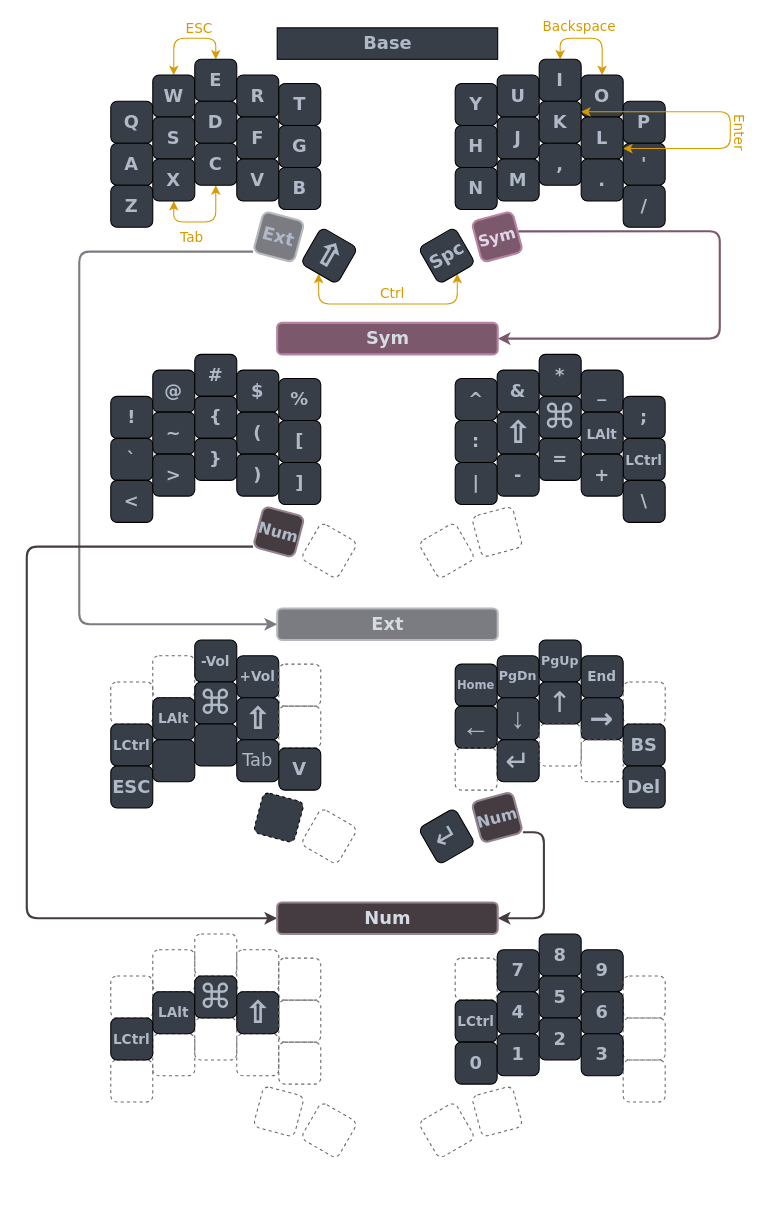
Before: assets/layout.drawio in nirosys/sweep-kmk, a draw.io diagram. Source tidied: cells renumbered, new cells numbered last; positions are measured from the earlier drawing's top-left corner, leaving out a move shared by most shapes. Both pictures are drawn from the tidied source at 105%, with x=0, y=0 at pixel (26, 27).
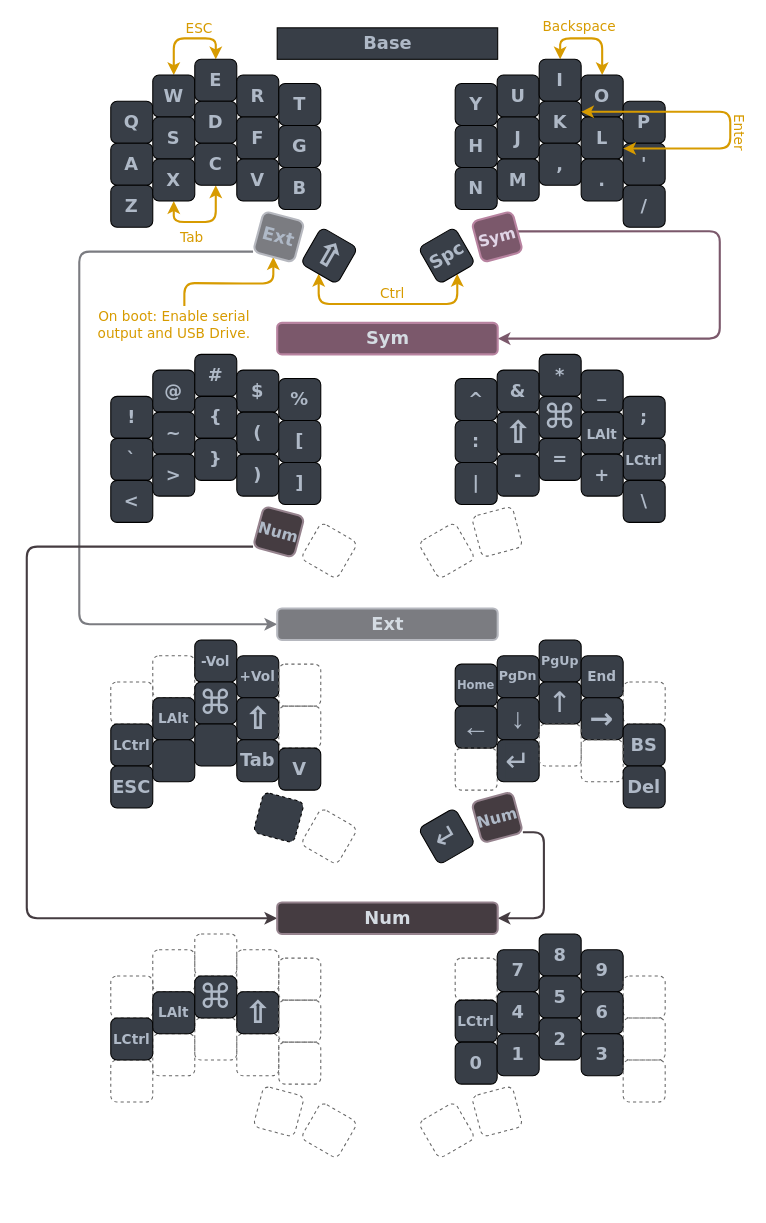
After the change.

Commit message (it also covers changes not shown here):
Update layout to include debug onboot key; minor other changes

Unchanged cells that the change refers to:
```xml
<mxCell id="5" value="W" style="whiteSpace=wrap;html=1;fontSize=17;fontFamily=Verdana;fontStyle=1;fontColor=#AFB9C7;fillColor=#383E47;rounded=1;" parent="1" vertex="1">
  <mxGeometry x="120" y="45" width="40" height="40" as="geometry" />
</mxCell>
<mxCell id="6" value="E" style="whiteSpace=wrap;html=1;fontSize=17;fontFamily=Verdana;fontStyle=1;fontColor=#AFB9C7;fillColor=#383E47;rounded=1;" parent="1" vertex="1">
  <mxGeometry x="160" y="30" width="40" height="40" as="geometry" />
</mxCell>
<mxCell id="17" value="X" style="whiteSpace=wrap;html=1;fontSize=17;fontFamily=Verdana;fontStyle=1;fontColor=#AFB9C7;fillColor=#383E47;rounded=1;" parent="1" vertex="1">
  <mxGeometry x="120" y="125" width="40" height="40" as="geometry" />
</mxCell>
<mxCell id="18" value="C" style="whiteSpace=wrap;html=1;fontSize=17;fontFamily=Verdana;fontStyle=1;fontColor=#AFB9C7;fillColor=#383E47;rounded=1;" parent="1" vertex="1">
  <mxGeometry x="160" y="110" width="40" height="40" as="geometry" />
</mxCell>
<mxCell id="22" value="Ext" style="whiteSpace=wrap;html=1;rotation=15;fontSize=17;fontFamily=Verdana;fontStyle=1;fillColor=#7B7C81;strokeColor=#B6B8BF;rounded=1;strokeWidth=2;fontColor=#AFB9C7;" parent="1" vertex="1">
  <mxGeometry x="220" y="179" width="40" height="40" as="geometry" />
</mxCell>
<mxCell id="25" value="&lt;span style=&quot;font-family: &amp;quot;segoe ui emoji&amp;quot;, &amp;quot;apple color emoji&amp;quot;, &amp;quot;noto color emoji&amp;quot;; font-size: 30px;&quot;&gt;&lt;font style=&quot;font-size: 30px;&quot;&gt;⇧&lt;/font&gt;&lt;/span&gt;" style="whiteSpace=wrap;html=1;rotation=30;fontSize=30;fontFamily=Verdana;fontStyle=1;fontColor=#AFB9C7;fillColor=#383E47;rounded=1;" parent="1" vertex="1">
  <mxGeometry x="268" y="197" width="40" height="40" as="geometry" />
</mxCell>
<mxCell id="30" value="I" style="whiteSpace=wrap;html=1;fontSize=17;fontFamily=Verdana;fontStyle=1;fontColor=#AFB9C7;fillColor=#383E47;rounded=1;" parent="1" vertex="1">
  <mxGeometry x="488" y="30" width="40" height="40" as="geometry" />
</mxCell>
<mxCell id="31" value="O" style="whiteSpace=wrap;html=1;fontSize=17;fontFamily=Verdana;fontStyle=1;fontColor=#AFB9C7;fillColor=#383E47;rounded=1;" parent="1" vertex="1">
  <mxGeometry x="528" y="45" width="40" height="40" as="geometry" />
</mxCell>
<mxCell id="35" value="K" style="whiteSpace=wrap;html=1;fontSize=17;fontFamily=Verdana;fontStyle=1;fontColor=#AFB9C7;fillColor=#383E47;rounded=1;" parent="1" vertex="1">
  <mxGeometry x="488" y="70" width="40" height="40" as="geometry" />
</mxCell>
<mxCell id="36" value="L" style="whiteSpace=wrap;html=1;fontSize=17;fontFamily=Verdana;fontStyle=1;fontColor=#AFB9C7;fillColor=#383E47;rounded=1;" parent="1" vertex="1">
  <mxGeometry x="528" y="85" width="40" height="40" as="geometry" />
</mxCell>
<mxCell id="43" value="Spc" style="whiteSpace=wrap;html=1;rotation=-30;fontSize=17;fontFamily=Verdana;fontStyle=1;fontColor=#AFB9C7;fillColor=#383E47;rounded=1;" parent="1" vertex="1">
  <mxGeometry x="380" y="197" width="40" height="40" as="geometry" />
</mxCell>
```

What changed in the source:
```diff
@@
-    <mxCell id="3" style="edgeStyle=orthogonalEdgeStyle;rounded=1;jettySize=auto;html=1;exitX=0.5;exitY=0;exitDx=0;exitDy=0;entryX=0.5;entryY=0;entryDx=0;entryDy=0;fontFamily=Verdana;fontSize=13;fontColor=#302316;startArrow=classic;startFill=1;strokeColor=#d79b00;fillColor=#ffe6cc;" parent="1" edge="1" source="5" target="6">
+    <mxCell id="3" style="edgeStyle=orthogonalEdgeStyle;rounded=1;jettySize=auto;html=1;exitX=0.5;exitY=0;exitDx=0;exitDy=0;entryX=0.5;entryY=0;entryDx=0;entryDy=0;fontFamily=Verdana;fontSize=13;fontColor=#302316;startArrow=classic;startFill=1;strokeColor=#d79b00;fillColor=#ffe6cc;strokeWidth=2;" parent="1" edge="1" source="5" target="6">
       <mxGeometry relative="1" as="geometry" />
     </mxCell>
@@
-    <mxCell id="15" style="edgeStyle=orthogonalEdgeStyle;rounded=1;sketch=0;jettySize=auto;html=1;exitX=0.5;exitY=1;exitDx=0;exitDy=0;entryX=0.5;entryY=1;entryDx=0;entryDy=0;fontFamily=Verdana;fontSize=13;fontColor=#302316;startArrow=classic;startFill=1;strokeColor=#d79b00;fillColor=#ffe6cc;" parent="1" edge="1" source="17" target="18">
+    <mxCell id="15" style="edgeStyle=orthogonalEdgeStyle;rounded=1;sketch=0;jettySize=auto;html=1;exitX=0.5;exitY=1;exitDx=0;exitDy=0;entryX=0.5;entryY=1;entryDx=0;entryDy=0;fontFamily=Verdana;fontSize=13;fontColor=#302316;startArrow=classic;startFill=1;strokeColor=#d79b00;fillColor=#ffe6cc;strokeWidth=2;" parent="1" edge="1" source="17" target="18">
       <mxGeometry relative="1" as="geometry" />
     </mxCell>
@@
+    <mxCell id="157" style="edgeStyle=orthogonalEdgeStyle;sketch=0;jettySize=auto;html=1;exitX=0.5;exitY=1;exitDx=0;exitDy=0;entryX=0.563;entryY=0.05;entryDx=0;entryDy=0;entryPerimeter=0;fontFamily=Verdana;fontSize=13;fontColor=#D79B00;startArrow=classic;startFill=1;strokeColor=#D79B00;strokeWidth=2;rounded=1;endArrow=none;endFill=0;" parent="1" edge="1" source="22" target="158">
+      <mxGeometry relative="1" as="geometry" />
+    </mxCell>
@@
-    <mxCell id="23" style="edgeStyle=orthogonalEdgeStyle;rounded=1;sketch=0;jettySize=auto;html=1;exitX=0.5;exitY=1;exitDx=0;exitDy=0;entryX=0.5;entryY=1;entryDx=0;entryDy=0;fontFamily=Verdana;fontSize=13;fontColor=#302316;startArrow=classic;startFill=1;strokeColor=#d79b00;fillColor=#ffe6cc;" parent="1" edge="1" source="25" target="43">
+    <mxCell id="23" style="edgeStyle=orthogonalEdgeStyle;rounded=1;sketch=0;jettySize=auto;html=1;exitX=0.5;exitY=1;exitDx=0;exitDy=0;entryX=0.5;entryY=1;entryDx=0;entryDy=0;fontFamily=Verdana;fontSize=13;fontColor=#302316;startArrow=classic;startFill=1;strokeColor=#d79b00;fillColor=#ffe6cc;strokeWidth=2;" parent="1" edge="1" source="25" target="43">
       <mxGeometry relative="1" as="geometry">
         <Array as="points">
           <mxPoint x="278" y="263" />
           <mxPoint x="410" y="263" />
         </Array>
       </mxGeometry>
     </mxCell>
@@
-    <mxCell id="28" style="edgeStyle=orthogonalEdgeStyle;rounded=1;jettySize=auto;html=1;exitX=0.5;exitY=0;exitDx=0;exitDy=0;entryX=0.5;entryY=0;entryDx=0;entryDy=0;fontFamily=Verdana;fontSize=13;fontColor=#302316;startArrow=classic;startFill=1;strokeColor=#d79b00;fillColor=#ffe6cc;" parent="1" edge="1" source="30" target="31">
+    <mxCell id="28" style="edgeStyle=orthogonalEdgeStyle;rounded=1;jettySize=auto;html=1;exitX=0.5;exitY=0;exitDx=0;exitDy=0;entryX=0.5;entryY=0;entryDx=0;entryDy=0;fontFamily=Verdana;fontSize=13;fontColor=#302316;startArrow=classic;startFill=1;strokeColor=#d79b00;fillColor=#ffe6cc;strokeWidth=2;" parent="1" edge="1" source="30" target="31">
       <mxGeometry relative="1" as="geometry" />
     </mxCell>
@@
-    <mxCell id="96" value="&lt;span style=&quot;font-size: 17px; font-weight: 400;&quot;&gt;Tab&lt;/span&gt;" style="whiteSpace=wrap;html=1;fontSize=17;fontFamily=Verdana;fontStyle=1;fontColor=#AFB9C7;fillColor=#383E47;rounded=1;" parent="1" vertex="1">
+    <mxCell id="96" value="&lt;span style=&quot;font-size: 17px;&quot;&gt;Tab&lt;/span&gt;" style="whiteSpace=wrap;html=1;fontSize=17;fontFamily=Verdana;fontStyle=1;fontColor=#AFB9C7;fillColor=#383E47;rounded=1;" parent="1" vertex="1">
       <mxGeometry x="200" y="678" width="40" height="40" as="geometry" />
     </mxCell>
@@
-    <mxCell id="155" style="edgeStyle=orthogonalEdgeStyle;rounded=1;jettySize=auto;html=1;exitX=1;exitY=0.25;exitDx=0;exitDy=0;entryX=1;entryY=0.75;entryDx=0;entryDy=0;fontFamily=Verdana;fontSize=13;fontColor=#302316;startArrow=classic;startFill=1;strokeColor=#d79b00;sketch=0;fillColor=#ffe6cc;" parent="1" edge="1" source="35" target="36">
+    <mxCell id="155" style="edgeStyle=orthogonalEdgeStyle;rounded=1;jettySize=auto;html=1;exitX=1;exitY=0.25;exitDx=0;exitDy=0;entryX=1;entryY=0.75;entryDx=0;entryDy=0;fontFamily=Verdana;fontSize=13;fontColor=#302316;startArrow=classic;startFill=1;strokeColor=#d79b00;sketch=0;fillColor=#ffe6cc;strokeWidth=2;" parent="1" edge="1" source="35" target="36">
       <mxGeometry relative="1" as="geometry">
         <Array as="points">
           <mxPoint x="670" y="80" />
           <mxPoint x="670" y="115" />
         </Array>
       </mxGeometry>
     </mxCell>
@@
+    <mxCell id="158" value="On boot: Enable serial&lt;br&gt;output and USB Drive." style="text;html=1;align=center;verticalAlign=middle;points=[];strokeColor=none;fillColor=none;fontSize=13;fontFamily=Verdana;fontColor=#D79B00;rounded=0;" parent="1" vertex="1">
+      <mxGeometry x="60" y="263" width="160" height="40" as="geometry" />
+    </mxCell>
```
